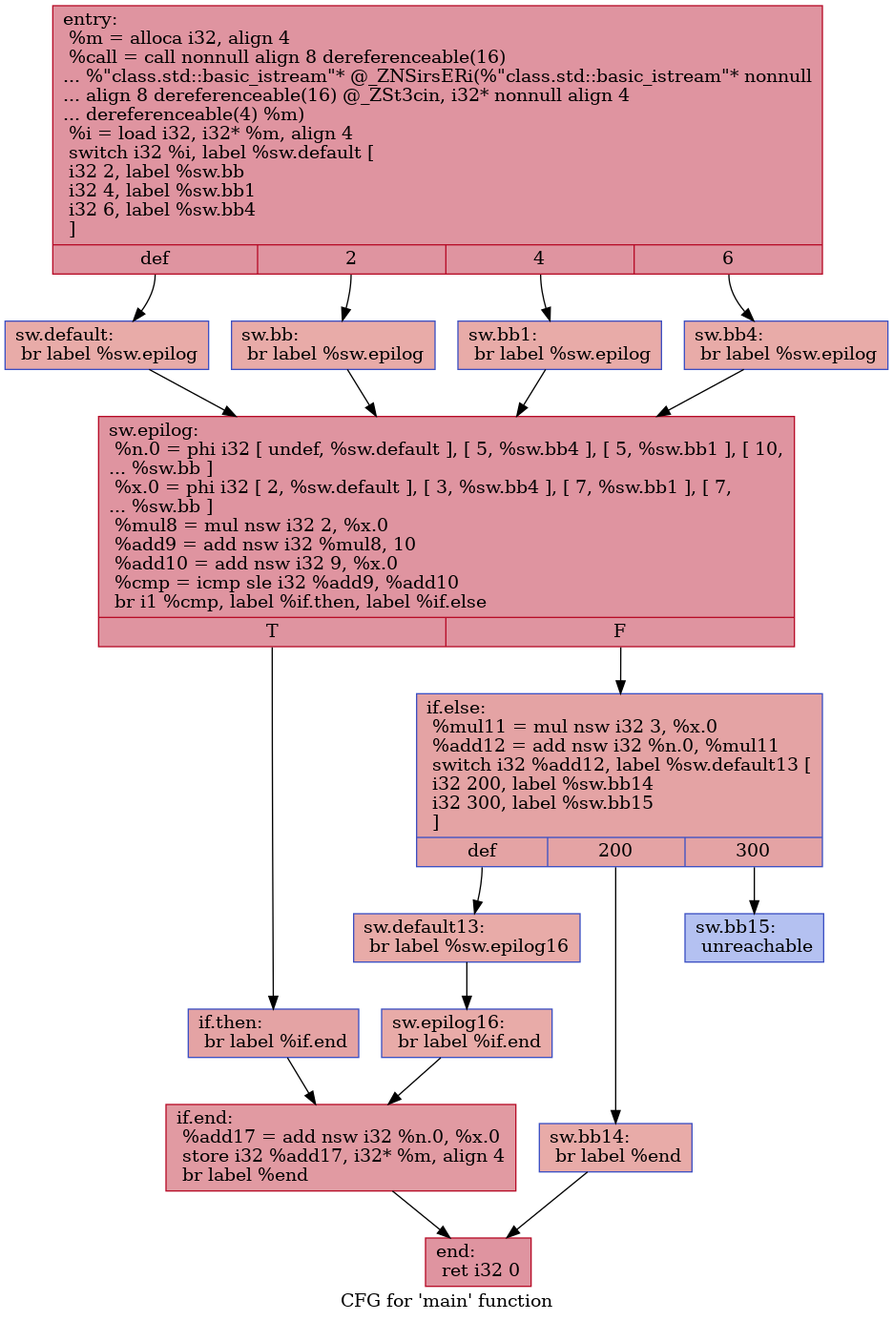
Earlier version of the Graphviz export IR/cfg/SCCP_BASELINE.dot.png (HPSSA-LLVM/HPSSA-LLVM). Its source is kept beside it as IR/cfg/SCCP_BASELINE.dot.
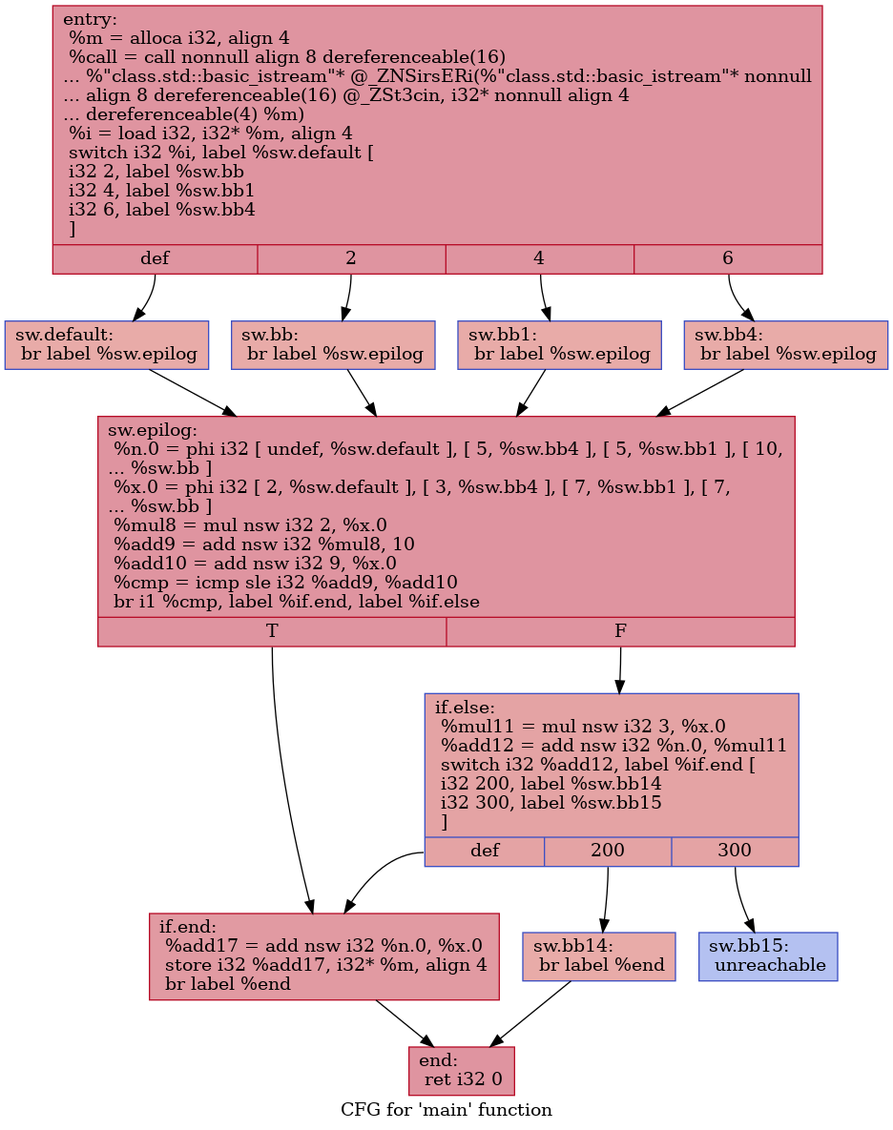
The same file after the commit.

Change to the diagram source:
```diff
@@ -1,36 +1,30 @@
 digraph "CFG for 'main' function" {
 	label="CFG for 'main' function";
 
-	Node0x5584809f1aa0 [shape=record,color="#b70d28ff", style=filled, fillcolor="#b70d2870",label="{entry:\l  %m = alloca i32, align 4\l  %call = call nonnull align 8 dereferenceable(16)\l... %\"class.std::basic_istream\"* @_ZNSirsERi(%\"class.std::basic_istream\"* nonnull\l... align 8 dereferenceable(16) @_ZSt3cin, i32* nonnull align 4\l... dereferenceable(4) %m)\l  %i = load i32, i32* %m, align 4\l  switch i32 %i, label %sw.default [\l    i32 2, label %sw.bb\l    i32 4, label %sw.bb1\l    i32 6, label %sw.bb4\l  ]\l|{<s0>def|<s1>2|<s2>4|<s3>6}}"];
-	Node0x5584809f1aa0:s0 -> Node0x5584809f1f10;
-	Node0x5584809f1aa0:s1 -> Node0x5584809f2020;
-	Node0x5584809f1aa0:s2 -> Node0x5584809f2120;
-	Node0x5584809f1aa0:s3 -> Node0x5584809f2220;
-	Node0x5584809f2020 [shape=record,color="#3d50c3ff", style=filled, fillcolor="#cc403a70",label="{sw.bb:                                            \l  br label %sw.epilog\l}"];
-	Node0x5584809f2020 -> Node0x5584809f2340;
-	Node0x5584809f2120 [shape=record,color="#3d50c3ff", style=filled, fillcolor="#cc403a70",label="{sw.bb1:                                           \l  br label %sw.epilog\l}"];
-	Node0x5584809f2120 -> Node0x5584809f2340;
-	Node0x5584809f2220 [shape=record,color="#3d50c3ff", style=filled, fillcolor="#cc403a70",label="{sw.bb4:                                           \l  br label %sw.epilog\l}"];
-	Node0x5584809f2220 -> Node0x5584809f2340;
-	Node0x5584809f1f10 [shape=record,color="#3d50c3ff", style=filled, fillcolor="#cc403a70",label="{sw.default:                                       \l  br label %sw.epilog\l}"];
-	Node0x5584809f1f10 -> Node0x5584809f2340;
-	Node0x5584809f2340 [shape=record,color="#b70d28ff", style=filled, fillcolor="#b70d2870",label="{sw.epilog:                                        \l  %n.0 = phi i32 [ undef, %sw.default ], [ 5, %sw.bb4 ], [ 5, %sw.bb1 ], [ 10,\l... %sw.bb ]\l  %x.0 = phi i32 [ 2, %sw.default ], [ 3, %sw.bb4 ], [ 7, %sw.bb1 ], [ 7,\l... %sw.bb ]\l  %mul8 = mul nsw i32 2, %x.0\l  %add9 = add nsw i32 %mul8, 10\l  %add10 = add nsw i32 9, %x.0\l  %cmp = icmp sle i32 %add9, %add10\l  br i1 %cmp, label %if.then, label %if.else\l|{<s0>T|<s1>F}}"];
-	Node0x5584809f2340:s0 -> Node0x5584809f3140;
-	Node0x5584809f2340:s1 -> Node0x5584809f31b0;
-	Node0x5584809f3140 [shape=record,color="#3d50c3ff", style=filled, fillcolor="#c32e3170",label="{if.then:                                          \l  br label %if.end\l}"];
-	Node0x5584809f3140 -> Node0x5584809f32d0;
-	Node0x5584809f31b0 [shape=record,color="#3d50c3ff", style=filled, fillcolor="#c32e3170",label="{if.else:                                          \l  %mul11 = mul nsw i32 3, %x.0\l  %add12 = add nsw i32 %n.0, %mul11\l  switch i32 %add12, label %sw.default13 [\l    i32 200, label %sw.bb14\l    i32 300, label %sw.bb15\l  ]\l|{<s0>def|<s1>200|<s2>300}}"];
-	Node0x5584809f31b0:s0 -> Node0x5584809f3510;
-	Node0x5584809f31b0:s1 -> Node0x5584809f35c0;
-	Node0x5584809f31b0:s2 -> Node0x5584809f3660;
-	Node0x5584809f3510 [shape=record,color="#3d50c3ff", style=filled, fillcolor="#cc403a70",label="{sw.default13:                                     \l  br label %sw.epilog16\l}"];
-	Node0x5584809f3510 -> Node0x5584809f37f0;
-	Node0x5584809f35c0 [shape=record,color="#3d50c3ff", style=filled, fillcolor="#cc403a70",label="{sw.bb14:                                          \l  br label %end\l}"];
-	Node0x5584809f35c0 -> Node0x5584809f38e0;
-	Node0x5584809f3660 [shape=record,color="#3d50c3ff", style=filled, fillcolor="#5572df70",label="{sw.bb15:                                          \l  unreachable\l}"];
-	Node0x5584809f37f0 [shape=record,color="#3d50c3ff", style=filled, fillcolor="#cc403a70",label="{sw.epilog16:                                      \l  br label %if.end\l}"];
-	Node0x5584809f37f0 -> Node0x5584809f32d0;
-	Node0x5584809f32d0 [shape=record,color="#b70d28ff", style=filled, fillcolor="#bb1b2c70",label="{if.end:                                           \l  %add17 = add nsw i32 %n.0, %x.0\l  store i32 %add17, i32* %m, align 4\l  br label %end\l}"];
-	Node0x5584809f32d0 -> Node0x5584809f38e0;
-	Node0x5584809f38e0 [shape=record,color="#b70d28ff", style=filled, fillcolor="#b70d2870",label="{end:                                              \l  ret i32 0\l}"];
+	Node0x557b00b38e60 [shape=record,color="#b70d28ff", style=filled, fillcolor="#b70d2870",label="{entry:\l  %m = alloca i32, align 4\l  %call = call nonnull align 8 dereferenceable(16)\l... %\"class.std::basic_istream\"* @_ZNSirsERi(%\"class.std::basic_istream\"* nonnull\l... align 8 dereferenceable(16) @_ZSt3cin, i32* nonnull align 4\l... dereferenceable(4) %m)\l  %i = load i32, i32* %m, align 4\l  switch i32 %i, label %sw.default [\l    i32 2, label %sw.bb\l    i32 4, label %sw.bb1\l    i32 6, label %sw.bb4\l  ]\l|{<s0>def|<s1>2|<s2>4|<s3>6}}"];
+	Node0x557b00b38e60:s0 -> Node0x557b00b392a0;
+	Node0x557b00b38e60:s1 -> Node0x557b00b393b0;
+	Node0x557b00b38e60:s2 -> Node0x557b00b394b0;
+	Node0x557b00b38e60:s3 -> Node0x557b00b395b0;
+	Node0x557b00b393b0 [shape=record,color="#3d50c3ff", style=filled, fillcolor="#cc403a70",label="{sw.bb:                                            \l  br label %sw.epilog\l}"];
+	Node0x557b00b393b0 -> Node0x557b00b396d0;
+	Node0x557b00b394b0 [shape=record,color="#3d50c3ff", style=filled, fillcolor="#cc403a70",label="{sw.bb1:                                           \l  br label %sw.epilog\l}"];
+	Node0x557b00b394b0 -> Node0x557b00b396d0;
+	Node0x557b00b395b0 [shape=record,color="#3d50c3ff", style=filled, fillcolor="#cc403a70",label="{sw.bb4:                                           \l  br label %sw.epilog\l}"];
+	Node0x557b00b395b0 -> Node0x557b00b396d0;
+	Node0x557b00b392a0 [shape=record,color="#3d50c3ff", style=filled, fillcolor="#cc403a70",label="{sw.default:                                       \l  br label %sw.epilog\l}"];
+	Node0x557b00b392a0 -> Node0x557b00b396d0;
+	Node0x557b00b396d0 [shape=record,color="#b70d28ff", style=filled, fillcolor="#b70d2870",label="{sw.epilog:                                        \l  %n.0 = phi i32 [ undef, %sw.default ], [ 5, %sw.bb4 ], [ 5, %sw.bb1 ], [ 10,\l... %sw.bb ]\l  %x.0 = phi i32 [ 2, %sw.default ], [ 3, %sw.bb4 ], [ 7, %sw.bb1 ], [ 7,\l... %sw.bb ]\l  %mul8 = mul nsw i32 2, %x.0\l  %add9 = add nsw i32 %mul8, 10\l  %add10 = add nsw i32 9, %x.0\l  %cmp = icmp sle i32 %add9, %add10\l  br i1 %cmp, label %if.end, label %if.else\l|{<s0>T|<s1>F}}"];
+	Node0x557b00b396d0:s0 -> Node0x557b00b3a4d0;
+	Node0x557b00b396d0:s1 -> Node0x557b00b3a540;
+	Node0x557b00b3a540 [shape=record,color="#3d50c3ff", style=filled, fillcolor="#c32e3170",label="{if.else:                                          \l  %mul11 = mul nsw i32 3, %x.0\l  %add12 = add nsw i32 %n.0, %mul11\l  switch i32 %add12, label %if.end [\l    i32 200, label %sw.bb14\l    i32 300, label %sw.bb15\l  ]\l|{<s0>def|<s1>200|<s2>300}}"];
+	Node0x557b00b3a540:s0 -> Node0x557b00b3a4d0;
+	Node0x557b00b3a540:s1 -> Node0x557b00b3a7f0;
+	Node0x557b00b3a540:s2 -> Node0x557b00b3a890;
+	Node0x557b00b3a7f0 [shape=record,color="#3d50c3ff", style=filled, fillcolor="#cc403a70",label="{sw.bb14:                                          \l  br label %end\l}"];
+	Node0x557b00b3a7f0 -> Node0x557b00b3aa20;
+	Node0x557b00b3a890 [shape=record,color="#3d50c3ff", style=filled, fillcolor="#5572df70",label="{sw.bb15:                                          \l  unreachable\l}"];
+	Node0x557b00b3a4d0 [shape=record,color="#b70d28ff", style=filled, fillcolor="#bb1b2c70",label="{if.end:                                           \l  %add17 = add nsw i32 %n.0, %x.0\l  store i32 %add17, i32* %m, align 4\l  br label %end\l}"];
+	Node0x557b00b3a4d0 -> Node0x557b00b3aa20;
+	Node0x557b00b3aa20 [shape=record,color="#b70d28ff", style=filled, fillcolor="#b70d2870",label="{end:                                              \l  ret i32 0\l}"];
 }
```
